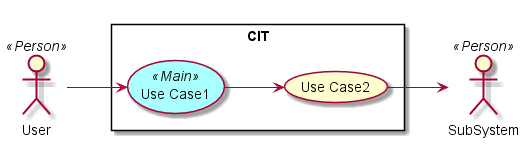
This is docs/Solution/Trust-Manager/UseCases.png from CAADE/CloudLet, a PlantUML export, as it was before one commit.
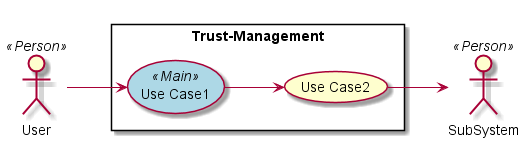
The same file after the commit.

Change to the diagram source:
```diff
@@ -4,13 +4,13 @@
 
 skinparam usecase {
   BackgroudnColor #ffffaa
-  BackgroundColor<<Main>> #aaffff
+  BackgroundColor<<Main>> #lightblue
 }
 actor :User: <<Person>>
 actor :SubSystem: <<Person>>
 
 
-rectangle "CIT" {
+rectangle "Trust-Management" {
 UseCase UC1 <<Main>> as "Use Case1"
 UseCase UC2  as "Use Case2"
 
```
